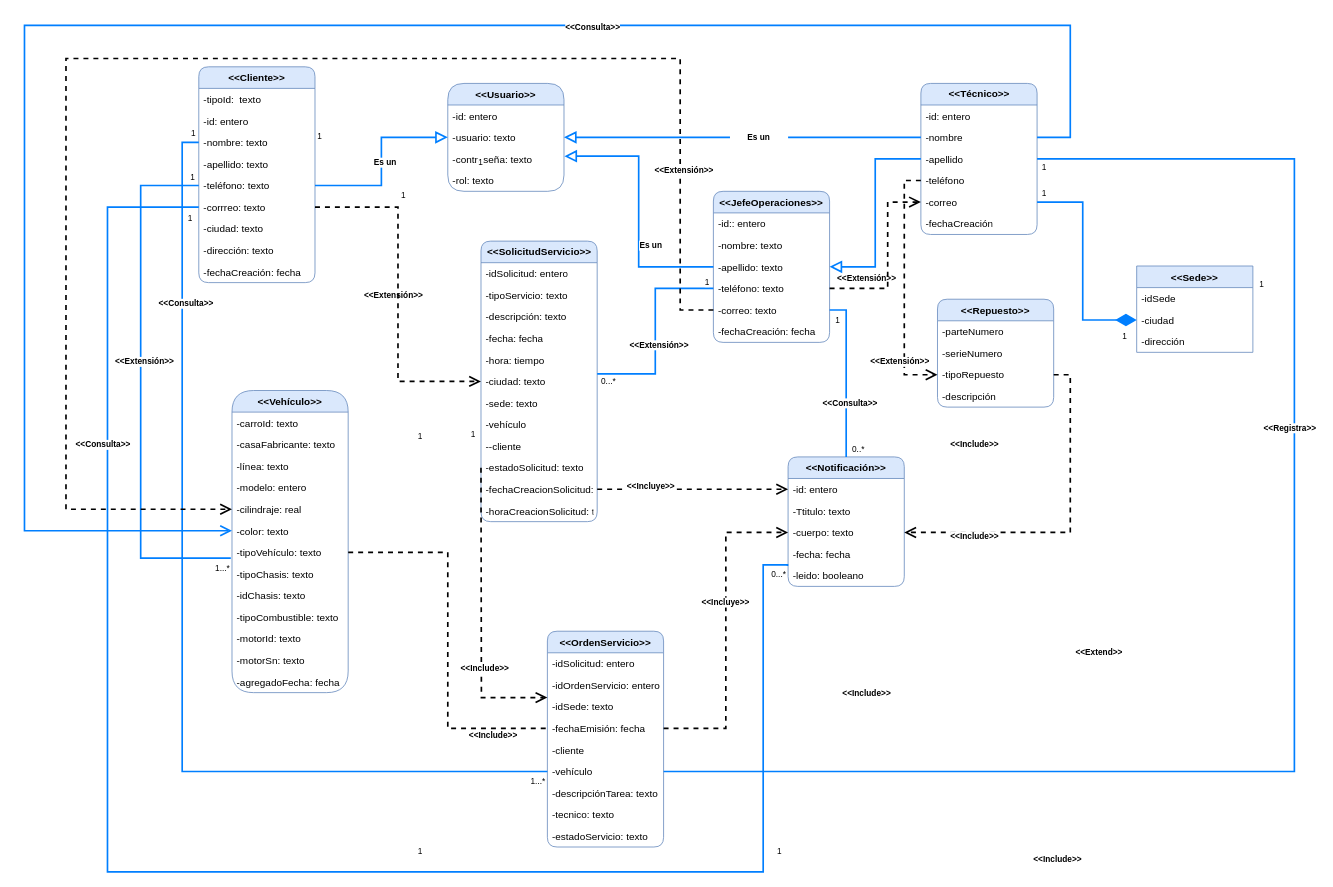
The draw.io diagram Diagrama_sima.drawio in Equipo9-G10/sima, before the edit. Source tidied: cells renumbered, new cells numbered last; positions are measured from the earlier drawing's top-left corner, leaving out a move shared by most shapes. Both pictures are drawn from the tidied source at 83%, with x=0, y=0 at pixel (24, 14).
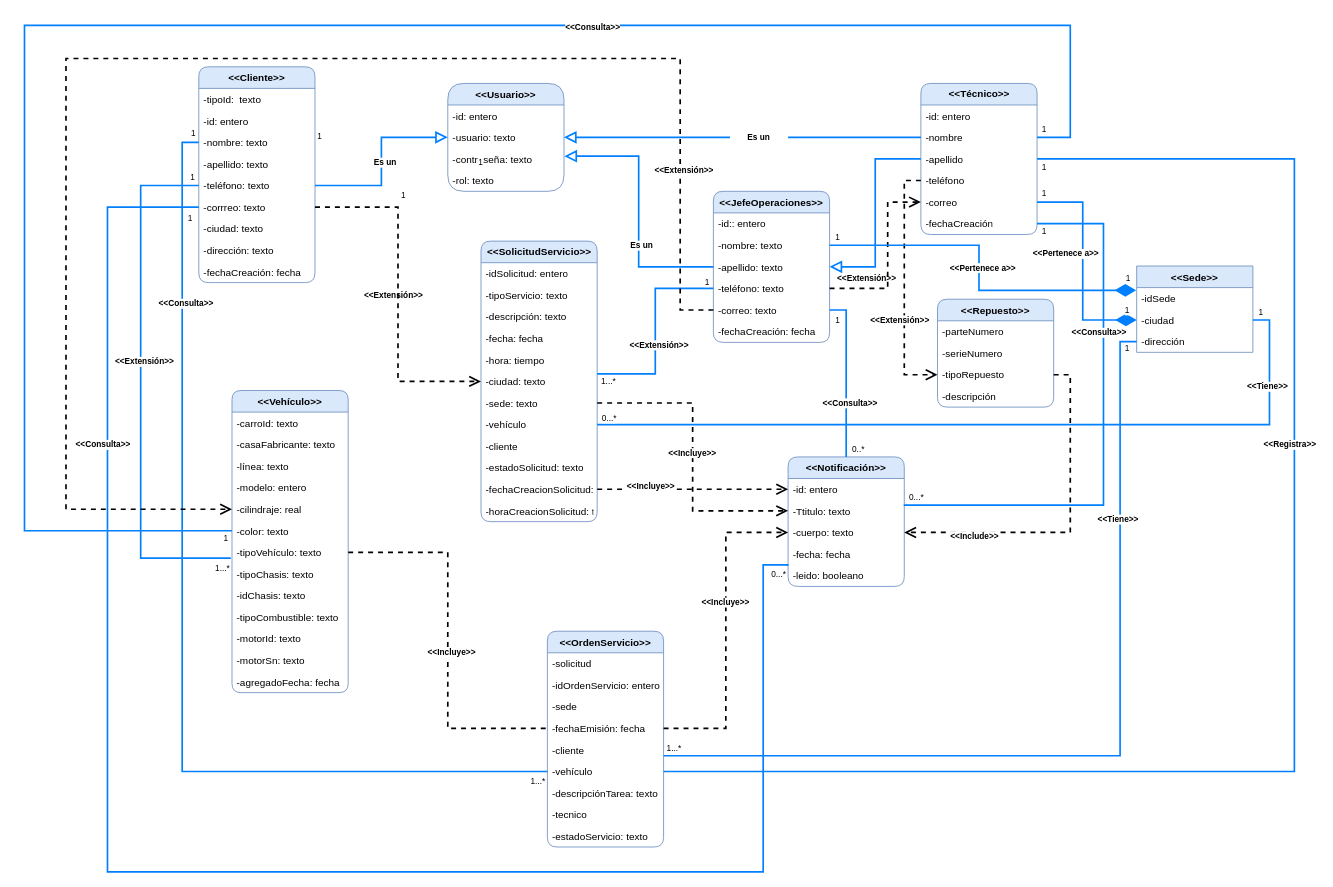
The same diagram, later.

Unchanged cells that the change refers to:
```xml
<mxCell id="20" value="-nombre: texto" style="text;strokeColor=none;fillColor=none;align=left;verticalAlign=top;spacingLeft=4;spacingRight=4;overflow=hidden;points=[[0,0.5],[1,0.5]];portConstraint=eastwest;rounded=1;labelBackgroundColor=default;fontSize=12;" parent="18" vertex="1">
  <mxGeometry y="52" width="140" height="26" as="geometry" />
</mxCell>
<mxCell id="27" value="-nombre" style="text;strokeColor=none;fillColor=none;align=left;verticalAlign=top;spacingLeft=4;spacingRight=4;overflow=hidden;points=[[0,0.5],[1,0.5]];portConstraint=eastwest;rounded=1;labelBackgroundColor=none;fontSize=12;html=1;" parent="25" vertex="1">
  <mxGeometry y="52" width="140" height="26" as="geometry" />
</mxCell>
<mxCell id="31" value="-fechaCreación" style="text;strokeColor=none;fillColor=none;align=left;verticalAlign=top;spacingLeft=4;spacingRight=4;overflow=hidden;points=[[0,0.5],[1,0.5]];portConstraint=eastwest;rounded=1;labelBackgroundColor=none;fontSize=12;html=1;" parent="25" vertex="1">
  <mxGeometry y="156" width="140" height="26" as="geometry" />
</mxCell>
<mxCell id="32" value="&lt;b&gt;&amp;lt;&amp;lt;SolicitudServicio&amp;gt;&amp;gt;&lt;/b&gt;" style="swimlane;fontStyle=0;horizontal=1;startSize=26;fillColor=#dae8fc;rounded=1;labelBackgroundColor=none;fontSize=12;strokeColor=#6c8ebf;html=1;" parent="1" vertex="1">
  <mxGeometry x="550" y="273" width="140" height="338" as="geometry" />
</mxCell>
<mxCell id="39" value="-sede: texto" style="text;strokeColor=none;fillColor=none;align=left;verticalAlign=top;spacingLeft=4;spacingRight=4;overflow=hidden;points=[[0,0.5],[1,0.5]];portConstraint=eastwest;rounded=1;labelBackgroundColor=none;fontSize=12;html=1;" parent="32" vertex="1">
  <mxGeometry y="182" width="140" height="26" as="geometry" />
</mxCell>
<mxCell id="40" value="-vehículo" style="text;strokeColor=none;fillColor=none;align=left;verticalAlign=top;spacingLeft=4;spacingRight=4;overflow=hidden;points=[[0,0.5],[1,0.5]];portConstraint=eastwest;rounded=1;labelBackgroundColor=none;fontSize=12;html=1;" parent="32" vertex="1">
  <mxGeometry y="208" width="140" height="26" as="geometry" />
</mxCell>
<mxCell id="55" value="-color: texto" style="text;strokeColor=none;fillColor=none;align=left;verticalAlign=top;spacingLeft=4;spacingRight=4;overflow=hidden;points=[[0,0.5],[1,0.5]];portConstraint=eastwest;" parent="49" vertex="1">
  <mxGeometry y="156" width="140" height="26" as="geometry" />
</mxCell>
<mxCell id="63" value="&lt;&lt;OrdenServicio&gt;&gt;" style="swimlane;fontStyle=1;horizontal=1;startSize=26;fillColor=#dae8fc;fontSize=12;strokeColor=#6c8ebf;rounded=1;glass=0;" parent="1" vertex="1">
  <mxGeometry x="630" y="743" width="140" height="260" as="geometry" />
</mxCell>
<mxCell id="68" value="-cliente" style="text;strokeColor=none;fillColor=none;align=left;verticalAlign=top;spacingLeft=4;spacingRight=4;overflow=hidden;points=[[0,0.5],[1,0.5]];portConstraint=eastwest;fontSize=12;" parent="63" vertex="1">
  <mxGeometry y="130" width="140" height="26" as="geometry" />
</mxCell>
<mxCell id="77" value="-Ttitulo: texto" style="text;strokeColor=none;fillColor=none;align=left;verticalAlign=top;spacingLeft=4;spacingRight=4;overflow=hidden;points=[[0,0.5],[1,0.5]];portConstraint=eastwest;rounded=1;glass=0;fontSize=12;" parent="75" vertex="1">
  <mxGeometry y="52" width="140" height="26" as="geometry" />
</mxCell>
<mxCell id="93" value="-idSede" style="text;strokeColor=none;fillColor=none;align=left;verticalAlign=top;spacingLeft=4;spacingRight=4;overflow=hidden;points=[[0,0.5],[1,0.5]];portConstraint=eastwest;" parent="92" vertex="1">
  <mxGeometry y="26" width="140" height="26" as="geometry" />
</mxCell>
<mxCell id="94" value="-ciudad" style="text;strokeColor=none;fillColor=none;align=left;verticalAlign=top;spacingLeft=4;spacingRight=4;overflow=hidden;points=[[0,0.5],[1,0.5]];portConstraint=eastwest;" parent="92" vertex="1">
  <mxGeometry y="52" width="140" height="26" as="geometry" />
</mxCell>
<mxCell id="95" value="-dirección" style="text;strokeColor=none;fillColor=none;align=left;verticalAlign=top;spacingLeft=4;spacingRight=4;overflow=hidden;points=[[0,0.5],[1,0.5]];portConstraint=eastwest;" parent="92" vertex="1">
  <mxGeometry y="78" width="140" height="26" as="geometry" />
</mxCell>
```

Diff of the diagram source:
```diff
@@
-    <mxCell id="41" value="--cliente" style="text;strokeColor=none;fillColor=none;align=left;verticalAlign=top;spacingLeft=4;spacingRight=4;overflow=hidden;rounded=1;labelBackgroundColor=none;fontSize=12;html=1;" parent="32" vertex="1">
+    <mxCell id="41" value="-cliente" style="text;strokeColor=none;fillColor=none;align=left;verticalAlign=top;spacingLeft=4;spacingRight=4;overflow=hidden;rounded=1;labelBackgroundColor=none;fontSize=12;html=1;" parent="32" vertex="1">
       <mxGeometry y="234" width="140" height="26" as="geometry" />
     </mxCell>
@@
-    <mxCell id="49" value="&lt;&lt;Vehículo&gt;&gt;" style="swimlane;fontStyle=1;horizontal=1;startSize=26;fillColor=#dae8fc;strokeColor=#6c8ebf;rounded=1;arcSize=50;" parent="1" vertex="1">
+    <mxCell id="49" value="&lt;&lt;Vehículo&gt;&gt;" style="swimlane;fontStyle=1;horizontal=1;startSize=26;fillColor=#dae8fc;strokeColor=#6c8ebf;rounded=1;arcSize=14;" parent="1" vertex="1">
       <mxGeometry x="250" y="453" width="140" height="364" as="geometry" />
     </mxCell>
@@
-    <mxCell id="64" value="-idSolicitud: entero" style="text;strokeColor=none;fillColor=none;align=left;verticalAlign=top;spacingLeft=4;spacingRight=4;overflow=hidden;fontSize=12;" parent="63" vertex="1">
+    <mxCell id="64" value="-solicitud" style="text;strokeColor=none;fillColor=none;align=left;verticalAlign=top;spacingLeft=4;spacingRight=4;overflow=hidden;fontSize=12;" parent="63" vertex="1">
       <mxGeometry y="26" width="140" height="26" as="geometry" />
     </mxCell>
@@
-    <mxCell id="66" value="-idSede: texto" style="text;strokeColor=none;fillColor=none;align=left;verticalAlign=top;spacingLeft=4;spacingRight=4;overflow=hidden;points=[[0,0.5],[1,0.5]];portConstraint=eastwest;fontSize=12;" parent="63" vertex="1">
+    <mxCell id="66" value="-sede" style="text;strokeColor=none;fillColor=none;align=left;verticalAlign=top;spacingLeft=4;spacingRight=4;overflow=hidden;points=[[0,0.5],[1,0.5]];portConstraint=eastwest;fontSize=12;" parent="63" vertex="1">
       <mxGeometry y="78" width="140" height="26" as="geometry" />
     </mxCell>
@@
-    <mxCell id="71" value="-tecnico: texto" style="text;strokeColor=none;fillColor=none;align=left;verticalAlign=top;spacingLeft=4;spacingRight=4;overflow=hidden;fontSize=12;" parent="63" vertex="1">
+    <mxCell id="71" value="-tecnico" style="text;strokeColor=none;fillColor=none;align=left;verticalAlign=top;spacingLeft=4;spacingRight=4;overflow=hidden;fontSize=12;" parent="63" vertex="1">
       <mxGeometry y="208" width="140" height="26" as="geometry" />
     </mxCell>
@@
-    <mxCell id="74" value="&amp;lt;&amp;lt;Extend&amp;gt;&amp;gt;" style="rounded=1;fontSize=10;strokeColor=none;fillColor=none;fontStyle=1;labelBackgroundColor=default;html=1;whiteSpace=wrap;" parent="1" vertex="1">
-      <mxGeometry x="1260" y="753" width="70" height="30" as="geometry" />
-    </mxCell>
@@
-    <mxCell id="87" value="1" style="text;html=1;strokeColor=none;fillColor=none;align=center;verticalAlign=middle;whiteSpace=wrap;rounded=0;labelBackgroundColor=default;fontSize=10;fontStyle=0;" parent="1" vertex="1">
-      <mxGeometry x="890" y="993" width="40" height="30" as="geometry" />
-    </mxCell>
@@
-    <mxCell id="97" value="&amp;lt;&amp;lt;Include&amp;gt;&amp;gt;" style="rounded=1;fontSize=10;strokeColor=none;fillColor=none;fontStyle=1;labelBackgroundColor=default;html=1;whiteSpace=wrap;" parent="1" vertex="1">
-      <mxGeometry x="1110" y="503" width="70" height="30" as="geometry" />
-    </mxCell>
-    <mxCell id="98" value="&amp;lt;&amp;lt;Include&amp;gt;&amp;gt;" style="rounded=1;fontSize=10;strokeColor=none;fillColor=none;fontStyle=1;labelBackgroundColor=default;html=1;whiteSpace=wrap;" parent="1" vertex="1">
-      <mxGeometry x="1210" y="1003" width="70" height="30" as="geometry" />
-    </mxCell>
@@
-    <mxCell id="101" value="&amp;lt;&amp;lt;Include&amp;gt;&amp;gt;" style="rounded=1;fontSize=10;strokeColor=none;fillColor=none;fontStyle=1;labelBackgroundColor=default;html=1;whiteSpace=wrap;" parent="1" vertex="1">
-      <mxGeometry x="530" y="853" width="70" height="30" as="geometry" />
+    <mxCell id="101" value="&amp;lt;&amp;lt;Incluye&amp;gt;&amp;gt;" style="rounded=1;fontSize=10;strokeColor=none;fillColor=none;fontStyle=1;labelBackgroundColor=default;html=1;whiteSpace=wrap;" parent="1" vertex="1">
+      <mxGeometry x="480" y="753" width="70" height="30" as="geometry" />
     </mxCell>
@@
-    <mxCell id="103" value="1" style="text;html=1;strokeColor=none;fillColor=none;align=center;verticalAlign=middle;whiteSpace=wrap;rounded=0;labelBackgroundColor=default;fontSize=10;" parent="1" vertex="1">
-      <mxGeometry x="460" y="493" width="34" height="30" as="geometry" />
-    </mxCell>
@@
-    <mxCell id="106" value="1" style="text;html=1;strokeColor=none;fillColor=none;align=center;verticalAlign=middle;whiteSpace=wrap;rounded=0;labelBackgroundColor=default;fontSize=10;" parent="1" vertex="1">
-      <mxGeometry x="1471" y="310" width="40" height="30" as="geometry" />
-    </mxCell>
@@
     <mxCell id="108" value="1" style="text;html=1;strokeColor=none;fillColor=none;align=center;verticalAlign=middle;whiteSpace=wrap;rounded=0;labelBackgroundColor=default;fontSize=10;" parent="1" vertex="1">
-      <mxGeometry x="1306" y="373" width="40" height="30" as="geometry" />
+      <mxGeometry x="1309" y="341" width="40" height="30" as="geometry" />
     </mxCell>
-    <mxCell id="109" value="&amp;lt;&amp;lt;Include&amp;gt;&amp;gt;" style="rounded=1;fontSize=10;strokeColor=none;fillColor=none;fontStyle=1;labelBackgroundColor=default;html=1;whiteSpace=wrap;" parent="1" vertex="1">
-      <mxGeometry x="980" y="803" width="70" height="30" as="geometry" />
-    </mxCell>
-    <mxCell id="110" value="1" style="text;html=1;strokeColor=none;fillColor=none;align=center;verticalAlign=middle;whiteSpace=wrap;rounded=0;labelBackgroundColor=default;fontSize=10;" parent="1" vertex="1">
-      <mxGeometry x="524" y="490" width="34" height="30" as="geometry" />
-    </mxCell>
-    <mxCell id="111" value="1" style="text;html=1;strokeColor=none;fillColor=none;align=center;verticalAlign=middle;whiteSpace=wrap;rounded=0;labelBackgroundColor=default;fontSize=10;" parent="1" vertex="1">
-      <mxGeometry x="460" y="993" width="34" height="30" as="geometry" />
-    </mxCell>
-    <mxCell id="112" style="edgeStyle=orthogonalEdgeStyle;rounded=0;jettySize=auto;html=1;exitX=0;exitY=0.5;exitDx=0;exitDy=0;entryX=0;entryY=0.077;entryDx=0;entryDy=0;entryPerimeter=0;dashed=1;endArrow=open;endFill=0;endSize=10;strokeColor=#000000;strokeWidth=2;" parent="1" edge="1" target="66">
-      <mxGeometry relative="1" as="geometry">
-        <mxPoint x="550" y="546" as="sourcePoint" />
-      </mxGeometry>
-    </mxCell>
-    <mxCell id="113" value="&amp;lt;&amp;lt;Include&amp;gt;&amp;gt;" style="rounded=1;fontSize=10;strokeColor=none;fillColor=none;fontStyle=1;labelBackgroundColor=default;html=1;whiteSpace=wrap;" parent="1" vertex="1">
-      <mxGeometry x="520" y="773" width="70" height="30" as="geometry" />
-    </mxCell>
@@
     <mxCell id="118" value="Es un" style="rounded=1;fontSize=10;strokeColor=none;fillColor=none;fontStyle=1;labelBackgroundColor=default;html=1;whiteSpace=wrap;" parent="1" vertex="1">
-      <mxGeometry x="720" y="263" width="70" height="30" as="geometry" />
+      <mxGeometry x="709" y="263" width="70" height="30" as="geometry" />
     </mxCell>
@@
     <mxCell id="132" value="&amp;lt;&amp;lt;Extensión&amp;gt;&amp;gt;" style="rounded=1;fontSize=10;strokeColor=none;fillColor=none;fontStyle=1;labelBackgroundColor=default;html=1;whiteSpace=wrap;" parent="1" vertex="1">
-      <mxGeometry x="1020" y="403" width="70" height="30" as="geometry" />
+      <mxGeometry x="1020" y="353" width="70" height="30" as="geometry" />
     </mxCell>
@@
-    <mxCell id="137" style="edgeStyle=orthogonalEdgeStyle;rounded=0;jettySize=auto;html=1;exitX=1;exitY=0.5;exitDx=0;exitDy=0;entryX=0;entryY=0.5;entryDx=0;entryDy=0;endArrow=open;endFill=0;endSize=10;strokeColor=#007FFF;strokeWidth=2;" parent="1" edge="1" source="27" target="55">
+    <mxCell id="137" style="edgeStyle=orthogonalEdgeStyle;rounded=0;jettySize=auto;html=1;exitX=1;exitY=0.5;exitDx=0;exitDy=0;entryX=0;entryY=0.5;entryDx=0;entryDy=0;endArrow=none;endFill=0;endSize=10;strokeColor=#007FFF;strokeWidth=2;" parent="1" edge="1" source="27" target="55">
       <mxGeometry relative="1" as="geometry">
         <Array as="points">
           <mxPoint x="1260" y="148" />
           <mxPoint x="1260" y="13" />
           <mxPoint y="13" />
           <mxPoint y="622" />
         </Array>
       </mxGeometry>
     </mxCell>
@@
     <mxCell id="140" value="&amp;lt;&amp;lt;Registra&amp;gt;&amp;gt;" style="rounded=1;fontSize=10;strokeColor=none;fillColor=none;fontStyle=1;labelBackgroundColor=default;html=1;whiteSpace=wrap;" parent="1" vertex="1">
-      <mxGeometry x="1490" y="483" width="70" height="30" as="geometry" />
+      <mxGeometry x="1490" y="503" width="70" height="30" as="geometry" />
     </mxCell>
@@
-    <mxCell id="148" value="0...*" style="text;html=1;strokeColor=none;fillColor=none;align=center;verticalAlign=middle;whiteSpace=wrap;rounded=0;labelBackgroundColor=default;fontSize=10;fontStyle=0;" parent="1" vertex="1">
+    <mxCell id="148" value="1...*" style="text;html=1;strokeColor=none;fillColor=none;align=center;verticalAlign=middle;whiteSpace=wrap;rounded=0;labelBackgroundColor=default;fontSize=10;fontStyle=0;" parent="1" vertex="1">
       <mxGeometry x="684" y="427" width="40" height="30" as="geometry" />
     </mxCell>
+    <mxCell id="149" style="edgeStyle=orthogonalEdgeStyle;rounded=0;jettySize=auto;html=1;exitX=1;exitY=0.5;exitDx=0;exitDy=0;entryX=-0.005;entryY=0.128;entryDx=0;entryDy=0;endArrow=diamondThin;endFill=1;endSize=20;strokeColor=#007FFF;strokeWidth=2;entryPerimeter=0;" parent="1" edge="1" source="20" target="93">
+      <mxGeometry relative="1" as="geometry">
+        <Array as="points">
+          <mxPoint x="1150" y="278" />
+          <mxPoint x="1150" y="332" />
+        </Array>
+      </mxGeometry>
+    </mxCell>
+    <mxCell id="150" value="1" style="text;html=1;strokeColor=none;fillColor=none;align=center;verticalAlign=middle;whiteSpace=wrap;rounded=0;labelBackgroundColor=default;fontSize=10;" parent="1" vertex="1">
+      <mxGeometry x="960" y="253" width="40" height="30" as="geometry" />
+    </mxCell>
+    <mxCell id="151" value="1" style="text;html=1;strokeColor=none;fillColor=none;align=center;verticalAlign=middle;whiteSpace=wrap;rounded=0;labelBackgroundColor=default;fontSize=10;" parent="1" vertex="1">
+      <mxGeometry x="1310" y="303" width="40" height="30" as="geometry" />
+    </mxCell>
+    <mxCell id="152" style="edgeStyle=orthogonalEdgeStyle;rounded=0;jettySize=auto;html=1;exitX=1;exitY=0.5;exitDx=0;exitDy=0;entryX=0.995;entryY=0.231;entryDx=0;entryDy=0;entryPerimeter=0;endArrow=none;endFill=0;endSize=20;strokeColor=#007FFF;strokeWidth=2;" parent="1" edge="1" source="31" target="77">
+      <mxGeometry relative="1" as="geometry">
+        <Array as="points">
+          <mxPoint x="1300" y="252" />
+          <mxPoint x="1300" y="591" />
+        </Array>
+      </mxGeometry>
+    </mxCell>
+    <mxCell id="153" value="1" style="text;html=1;strokeColor=none;fillColor=none;align=center;verticalAlign=middle;whiteSpace=wrap;rounded=0;labelBackgroundColor=default;fontSize=10;" parent="1" vertex="1">
+      <mxGeometry x="1209" y="246" width="40" height="30" as="geometry" />
+    </mxCell>
+    <mxCell id="154" value="0...*" style="text;html=1;strokeColor=none;fillColor=none;align=center;verticalAlign=middle;whiteSpace=wrap;rounded=0;labelBackgroundColor=default;fontSize=10;fontStyle=0;" parent="1" vertex="1">
+      <mxGeometry x="1055" y="566" width="40" height="30" as="geometry" />
+    </mxCell>
+    <mxCell id="155" style="edgeStyle=orthogonalEdgeStyle;rounded=0;jettySize=auto;html=1;exitX=1;exitY=0.5;exitDx=0;exitDy=0;entryX=0;entryY=0.5;entryDx=0;entryDy=0;endArrow=open;endFill=0;endSize=10;strokeColor=#000000;strokeWidth=2;dashed=1;" parent="1" edge="1" source="39" target="77">
+      <mxGeometry relative="1" as="geometry" />
+    </mxCell>
+    <mxCell id="156" value="&amp;lt;&amp;lt;Incluye&amp;gt;&amp;gt;" style="rounded=1;fontSize=10;strokeColor=none;fillColor=none;fontStyle=1;labelBackgroundColor=default;html=1;whiteSpace=wrap;" parent="1" vertex="1">
+      <mxGeometry x="770" y="513" width="70" height="30" as="geometry" />
+    </mxCell>
+    <mxCell id="157" value="1" style="text;html=1;strokeColor=none;fillColor=none;align=center;verticalAlign=middle;whiteSpace=wrap;rounded=0;labelBackgroundColor=default;fontSize=10;" parent="1" vertex="1">
+      <mxGeometry x="1209" y="123" width="40" height="30" as="geometry" />
+    </mxCell>
+    <mxCell id="158" value="1" style="text;html=1;strokeColor=none;fillColor=none;align=center;verticalAlign=middle;whiteSpace=wrap;rounded=0;labelBackgroundColor=default;fontSize=10;" parent="1" vertex="1">
+      <mxGeometry x="223" y="616" width="40" height="30" as="geometry" />
+    </mxCell>
+    <mxCell id="159" style="edgeStyle=orthogonalEdgeStyle;rounded=0;jettySize=auto;html=1;exitX=0;exitY=0.5;exitDx=0;exitDy=0;entryX=1;entryY=0.769;entryDx=0;entryDy=0;entryPerimeter=0;endArrow=none;endFill=0;endSize=10;strokeColor=#007FFF;strokeWidth=2;" parent="1" edge="1" source="95" target="68">
+      <mxGeometry relative="1" as="geometry">
+        <Array as="points">
+          <mxPoint x="1320" y="394" />
+          <mxPoint x="1320" y="893" />
+        </Array>
+      </mxGeometry>
+    </mxCell>
+    <mxCell id="160" value="1" style="text;html=1;strokeColor=none;fillColor=none;align=center;verticalAlign=middle;whiteSpace=wrap;rounded=0;labelBackgroundColor=default;fontSize=10;" parent="1" vertex="1">
+      <mxGeometry x="1309" y="387" width="40" height="30" as="geometry" />
+    </mxCell>
+    <mxCell id="161" value="1...*" style="text;html=1;strokeColor=none;fillColor=none;align=center;verticalAlign=middle;whiteSpace=wrap;rounded=0;labelBackgroundColor=default;fontSize=10;fontStyle=0;" parent="1" vertex="1">
+      <mxGeometry x="763" y="869" width="40" height="30" as="geometry" />
+    </mxCell>
+    <mxCell id="162" style="edgeStyle=orthogonalEdgeStyle;rounded=0;jettySize=auto;html=1;exitX=1;exitY=0.5;exitDx=0;exitDy=0;entryX=1;entryY=0.5;entryDx=0;entryDy=0;endArrow=none;endFill=0;endSize=10;strokeColor=#007FFF;strokeWidth=2;" parent="1" edge="1" source="40" target="94">
+      <mxGeometry relative="1" as="geometry" />
+    </mxCell>
+    <mxCell id="163" value="1" style="text;html=1;strokeColor=none;fillColor=none;align=center;verticalAlign=middle;whiteSpace=wrap;rounded=0;labelBackgroundColor=default;fontSize=10;" parent="1" vertex="1">
+      <mxGeometry x="1470" y="343" width="40" height="30" as="geometry" />
+    </mxCell>
+    <mxCell id="164" value="0...*" style="text;html=1;strokeColor=none;fillColor=none;align=center;verticalAlign=middle;whiteSpace=wrap;rounded=0;labelBackgroundColor=default;fontSize=10;fontStyle=0;" parent="1" vertex="1">
+      <mxGeometry x="685" y="471" width="40" height="30" as="geometry" />
+    </mxCell>
+    <mxCell id="165" value="&amp;lt;&amp;lt;Consulta&amp;gt;&amp;gt;" style="rounded=1;fontSize=10;strokeColor=none;fillColor=none;fontStyle=1;labelBackgroundColor=default;html=1;whiteSpace=wrap;" parent="1" vertex="1">
+      <mxGeometry x="1260" y="368" width="70" height="30" as="geometry" />
+    </mxCell>
+    <mxCell id="166" value="&amp;lt;&amp;lt;Tiene&amp;gt;&amp;gt;" style="rounded=1;fontSize=10;strokeColor=none;fillColor=none;fontStyle=1;labelBackgroundColor=default;html=1;whiteSpace=wrap;" parent="1" vertex="1">
+      <mxGeometry x="1463" y="433" width="70" height="30" as="geometry" />
+    </mxCell>
+    <mxCell id="167" value="&amp;lt;&amp;lt;Tiene&amp;gt;&amp;gt;" style="rounded=1;fontSize=10;strokeColor=none;fillColor=none;fontStyle=1;labelBackgroundColor=default;html=1;whiteSpace=wrap;" parent="1" vertex="1">
+      <mxGeometry x="1283" y="593" width="70" height="30" as="geometry" />
+    </mxCell>
+    <mxCell id="168" value="&amp;lt;&amp;lt;Pertenece a&amp;gt;&amp;gt;" style="rounded=1;fontSize=10;strokeColor=none;fillColor=none;fontStyle=1;labelBackgroundColor=default;html=1;whiteSpace=wrap;" parent="1" vertex="1">
+      <mxGeometry x="1110" y="290" width="90" height="30" as="geometry" />
+    </mxCell>
+    <mxCell id="169" value="&amp;lt;&amp;lt;Pertenece a&amp;gt;&amp;gt;" style="rounded=1;fontSize=10;strokeColor=none;fillColor=none;fontStyle=1;labelBackgroundColor=default;html=1;whiteSpace=wrap;" parent="1" vertex="1">
+      <mxGeometry x="1210" y="273" width="90" height="30" as="geometry" />
+    </mxCell>
```
